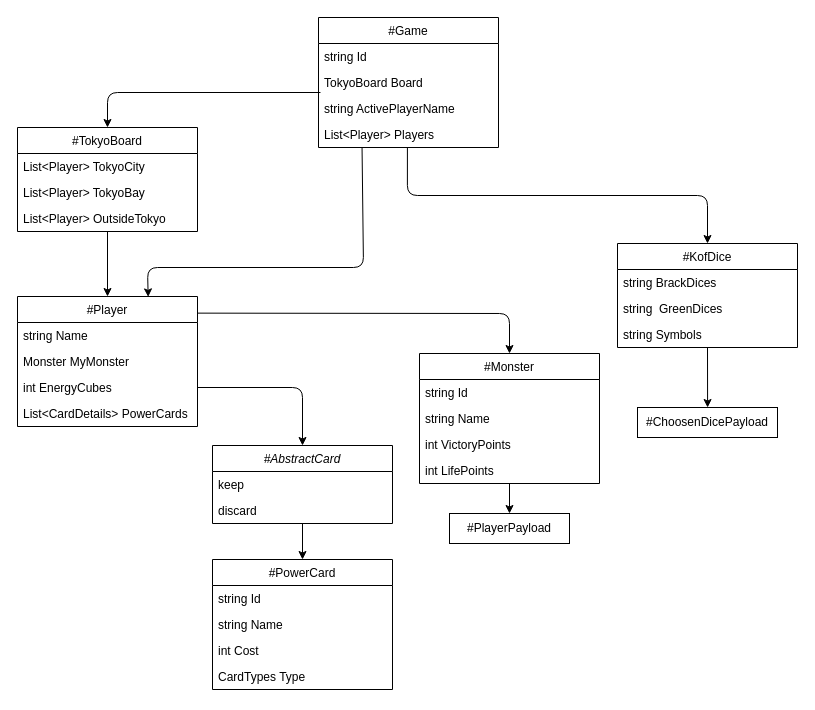
This is KOF/Game/ModelsElements.dio from fjprog102/latamat02, a draw.io file, before an edit. Source tidied: cells renumbered, new cells numbered last; positions are measured from the earlier drawing's top-left corner, leaving out a move shared by most shapes. Both pictures are drawn from the tidied source at 100%, with x=0, y=0 at pixel (17, 17).
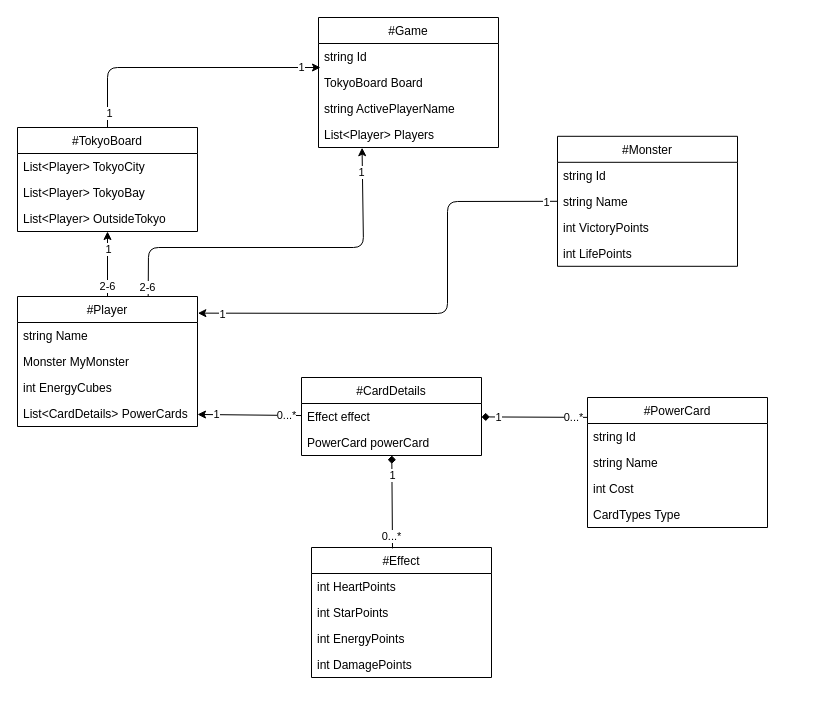
Above is the later version.

Commit message (it also covers changes not shown here):
Added changes to ModelsPayload diagram to add assiciate classes

Unchanged cells that the change refers to:
```xml
<mxCell id="2" value="#Player" style="swimlane;fontStyle=0;horizontal=1;startSize=26;fillColor=none;" parent="1" vertex="1">
  <mxGeometry y="279" width="180" height="130" as="geometry" />
</mxCell>
<mxCell id="5" value="int EnergyCubes" style="text;strokeColor=none;fillColor=none;align=left;verticalAlign=top;spacingLeft=4;spacingRight=4;overflow=hidden;points=[[0,0.5],[1,0.5]];portConstraint=eastwest;" parent="2" vertex="1">
  <mxGeometry y="78" width="180" height="26" as="geometry" />
</mxCell>
<mxCell id="6" value="List&lt;CardDetails&gt; PowerCards" style="text;strokeColor=none;fillColor=none;align=left;verticalAlign=top;spacingLeft=4;spacingRight=4;overflow=hidden;points=[[0,0.5],[1,0.5]];portConstraint=eastwest;" parent="2" vertex="1">
  <mxGeometry y="104" width="180" height="26" as="geometry" />
</mxCell>
<mxCell id="10" value="string ActivePlayerName" style="text;strokeColor=none;fillColor=none;align=left;verticalAlign=top;spacingLeft=4;spacingRight=4;overflow=hidden;points=[[0,0.5],[1,0.5]];portConstraint=eastwest;" parent="7" vertex="1">
  <mxGeometry y="78" width="180" height="26" as="geometry" />
</mxCell>
<mxCell id="11" value="List&lt;Player&gt; Players" style="text;strokeColor=none;fillColor=none;align=left;verticalAlign=top;spacingLeft=4;spacingRight=4;overflow=hidden;points=[[0,0.5],[1,0.5]];portConstraint=eastwest;" parent="7" vertex="1">
  <mxGeometry y="104" width="180" height="26" as="geometry" />
</mxCell>
<mxCell id="15" value="string Name" style="text;strokeColor=none;fillColor=none;align=left;verticalAlign=top;spacingLeft=4;spacingRight=4;overflow=hidden;points=[[0,0.5],[1,0.5]];portConstraint=eastwest;" parent="13" vertex="1">
  <mxGeometry y="52" width="180" height="26" as="geometry" />
</mxCell>
<mxCell id="24" value="#TokyoBoard" style="swimlane;fontStyle=0;horizontal=1;startSize=26;fillColor=none;" parent="1" vertex="1">
  <mxGeometry y="110" width="180" height="104" as="geometry" />
</mxCell>
```

What changed in the source:
```diff
@@
-    <mxCell id="12" style="edgeStyle=none;html=1;entryX=0.5;entryY=0;entryDx=0;entryDy=0;" parent="1" edge="1" source="13" target="39">
-      <mxGeometry relative="1" as="geometry" />
-    </mxCell>
     <mxCell id="13" value="#Monster" style="swimlane;fontStyle=0;horizontal=1;startSize=26;fillColor=none;" parent="1" vertex="1">
-      <mxGeometry x="402" y="336" width="180" height="130" as="geometry" />
+      <mxGeometry x="540" y="118.8" width="180" height="130" as="geometry" />
     </mxCell>
@@
-    <mxCell id="18" style="edgeStyle=orthogonalEdgeStyle;html=1;" parent="1" edge="1" source="19" target="34">
-      <mxGeometry relative="1" as="geometry" />
-    </mxCell>
-    <mxCell id="19" value="#AbstractCard" style="swimlane;fontStyle=2;horizontal=1;startSize=26;fillColor=none;" parent="1" vertex="1">
-      <mxGeometry x="195" y="428" width="180" height="78" as="geometry" />
-    </mxCell>
-    <mxCell id="20" value="keep" style="text;strokeColor=none;fillColor=none;align=left;verticalAlign=top;spacingLeft=4;spacingRight=4;overflow=hidden;" parent="19" vertex="1">
-      <mxGeometry y="26" width="180" height="26" as="geometry" />
-    </mxCell>
-    <mxCell id="21" value="discard" style="text;strokeColor=none;fillColor=none;align=left;verticalAlign=top;spacingLeft=4;spacingRight=4;overflow=hidden;" parent="19" vertex="1">
-      <mxGeometry y="52" width="180" height="26" as="geometry" />
-    </mxCell>
-    <mxCell id="22" style="edgeStyle=none;html=1;entryX=0.5;entryY=0;entryDx=0;entryDy=0;" parent="1" edge="1" source="24" target="2">
+    <mxCell id="22" style="edgeStyle=none;html=1;entryX=0.5;entryY=0;entryDx=0;entryDy=0;startArrow=classic;startFill=1;endArrow=none;endFill=0;" parent="1" edge="1" source="24" target="2">
       <mxGeometry relative="1" as="geometry" />
     </mxCell>
+    <mxCell id="44" value="2-6" style="edgeLabel;html=1;align=center;verticalAlign=middle;" parent="22" vertex="1">
+      <mxGeometry x="0.67" y="-1" relative="1" as="geometry" />
+    </mxCell>
+    <mxCell id="45" value="1" style="edgeLabel;html=1;align=center;verticalAlign=middle;" parent="22" vertex="1">
+      <mxGeometry x="-0.49" relative="1" as="geometry" />
+    </mxCell>
-    <mxCell id="23" style="edgeStyle=orthogonalEdgeStyle;html=1;exitX=0.5;exitY=0;exitDx=0;exitDy=0;entryX=0.011;entryY=-0.115;entryDx=0;entryDy=0;entryPerimeter=0;startArrow=classic;startFill=1;endArrow=none;endFill=0;" parent="1" edge="1" source="24" target="10">
+    <mxCell id="23" style="edgeStyle=orthogonalEdgeStyle;html=1;exitX=0.5;exitY=0;exitDx=0;exitDy=0;startArrow=none;startFill=0;endArrow=classic;endFill=1;" parent="1" edge="1" source="24">
       <mxGeometry relative="1" as="geometry">
+        <mxPoint x="303" y="50" as="targetPoint" />
         <Array as="points">
-          <mxPoint x="90" y="75" />
+          <mxPoint x="90" y="50" />
+          <mxPoint x="303" y="50" />
         </Array>
       </mxGeometry>
     </mxCell>
+    <mxCell id="46" value="1" style="edgeLabel;html=1;align=center;verticalAlign=middle;" parent="23" vertex="1">
+      <mxGeometry x="0.85" y="1" relative="1" as="geometry" />
+    </mxCell>
+    <mxCell id="47" value="1" style="edgeLabel;html=1;align=center;verticalAlign=middle;" parent="23" vertex="1">
+      <mxGeometry x="-0.89" y="-1" relative="1" as="geometry" />
+    </mxCell>
@@
-    <mxCell id="28" style="edgeStyle=orthogonalEdgeStyle;shape=connector;rounded=1;html=1;exitX=0.5;exitY=0;exitDx=0;exitDy=0;entryX=0.494;entryY=1;entryDx=0;entryDy=0;entryPerimeter=0;labelBackgroundColor=default;fontFamily=Helvetica;fontSize=11;fontColor=default;startArrow=classic;startFill=1;endArrow=none;endFill=0;strokeColor=default;" parent="1" edge="1" source="30" target="11">
-      <mxGeometry relative="1" as="geometry" />
-    </mxCell>
-    <mxCell id="29" style="edgeStyle=none;html=1;exitX=0.5;exitY=1;exitDx=0;exitDy=0;" parent="1" edge="1" source="30">
-      <mxGeometry relative="1" as="geometry">
-        <mxPoint x="690.1" y="390" as="targetPoint" />
-      </mxGeometry>
-    </mxCell>
-    <mxCell id="30" value="#KofDice" style="swimlane;fontStyle=0;horizontal=1;startSize=26;fillColor=none;" parent="1" vertex="1">
-      <mxGeometry x="600" y="226" width="180" height="104" as="geometry" />
-    </mxCell>
-    <mxCell id="31" value="string BrackDices" style="text;strokeColor=none;fillColor=none;align=left;verticalAlign=top;spacingLeft=4;spacingRight=4;overflow=hidden;" parent="30" vertex="1">
-      <mxGeometry y="26" width="180" height="26" as="geometry" />
-    </mxCell>
-    <mxCell id="32" value="string  GreenDices" style="text;strokeColor=none;fillColor=none;align=left;verticalAlign=top;spacingLeft=4;spacingRight=4;overflow=hidden;" parent="30" vertex="1">
-      <mxGeometry y="52" width="180" height="26" as="geometry" />
-    </mxCell>
-    <mxCell id="33" value="string Symbols" style="text;strokeColor=none;fillColor=none;align=left;verticalAlign=top;spacingLeft=4;spacingRight=4;overflow=hidden;" parent="30" vertex="1">
-      <mxGeometry y="78" width="180" height="26" as="geometry" />
-    </mxCell>
+    <mxCell id="48" style="edgeStyle=none;html=1;startArrow=none;startFill=0;endArrow=diamond;endFill=1;exitX=0.002;exitY=0.153;exitDx=0;exitDy=0;exitPerimeter=0;" parent="1" edge="1" source="34" target="61">
+      <mxGeometry relative="1" as="geometry" />
+    </mxCell>
+    <mxCell id="49" value="1" style="edgeLabel;html=1;align=center;verticalAlign=middle;" parent="48" vertex="1">
+      <mxGeometry x="0.67" y="1" relative="1" as="geometry">
+        <mxPoint x="-1" y="-1" as="offset" />
+      </mxGeometry>
+    </mxCell>
+    <mxCell id="50" value="0...*" style="edgeLabel;html=1;align=center;verticalAlign=middle;" parent="48" vertex="1">
+      <mxGeometry x="-0.75" y="1" relative="1" as="geometry">
+        <mxPoint x="-2" y="-1" as="offset" />
+      </mxGeometry>
+    </mxCell>
     <mxCell id="34" value="#PowerCard" style="swimlane;fontStyle=0;horizontal=1;startSize=26;fillColor=none;" parent="1" vertex="1">
-      <mxGeometry x="195" y="542" width="180" height="130" as="geometry" />
+      <mxGeometry x="570" y="380" width="180" height="130" as="geometry" />
     </mxCell>
@@
-    <mxCell id="39" value="#PlayerPayload" style="rounded=0;whiteSpace=wrap;html=1;" parent="1" vertex="1">
-      <mxGeometry x="432" y="496" width="120" height="30" as="geometry" />
-    </mxCell>
-    <mxCell id="40" value="#ChoosenDicePayload" style="rounded=0;whiteSpace=wrap;html=1;" parent="1" vertex="1">
-      <mxGeometry x="620" y="390" width="140" height="30" as="geometry" />
-    </mxCell>
-    <mxCell id="41" style="edgeStyle=none;html=1;exitX=1.002;exitY=0.128;exitDx=0;exitDy=0;entryX=0.5;entryY=0;entryDx=0;entryDy=0;exitPerimeter=0;" parent="1" edge="1" source="2" target="13">
+    <mxCell id="41" style="edgeStyle=none;html=1;exitX=1.002;exitY=0.128;exitDx=0;exitDy=0;entryX=0;entryY=0.5;entryDx=0;entryDy=0;exitPerimeter=0;startArrow=classic;startFill=1;endArrow=none;endFill=0;" parent="1" edge="1" source="2" target="15">
       <mxGeometry relative="1" as="geometry">
         <Array as="points">
-          <mxPoint x="492" y="296" />
+          <mxPoint x="430" y="296" />
+          <mxPoint x="430" y="184" />
         </Array>
       </mxGeometry>
     </mxCell>
-    <mxCell id="42" style="edgeStyle=none;html=1;exitX=1;exitY=0.5;exitDx=0;exitDy=0;entryX=0.5;entryY=0;entryDx=0;entryDy=0;" parent="1" edge="1" source="5" target="19">
-      <mxGeometry relative="1" as="geometry">
-        <Array as="points">
-          <mxPoint x="285" y="370" />
-        </Array>
-      </mxGeometry>
-    </mxCell>
+    <mxCell id="51" value="1" style="edgeLabel;html=1;align=center;verticalAlign=middle;" parent="41" vertex="1">
+      <mxGeometry x="-0.9" y="-1" relative="1" as="geometry" />
+    </mxCell>
+    <mxCell id="52" value="1" style="edgeLabel;html=1;align=center;verticalAlign=middle;" parent="41" vertex="1">
+      <mxGeometry x="0.95" y="-1" relative="1" as="geometry" />
+    </mxCell>
-    <mxCell id="43" style="edgeStyle=none;html=1;exitX=0.242;exitY=1.008;exitDx=0;exitDy=0;exitPerimeter=0;entryX=0.726;entryY=0.003;entryDx=0;entryDy=0;entryPerimeter=0;" parent="1" edge="1" source="11" target="2">
+    <mxCell id="43" style="edgeStyle=none;html=1;exitX=0.242;exitY=1.008;exitDx=0;exitDy=0;exitPerimeter=0;entryX=0.726;entryY=0.003;entryDx=0;entryDy=0;entryPerimeter=0;startArrow=classic;startFill=1;endArrow=none;endFill=0;" parent="1" edge="1" source="11" target="2">
       <mxGeometry relative="1" as="geometry">
         <Array as="points">
-          <mxPoint x="346" y="250" />
-          <mxPoint x="130" y="250" />
+          <mxPoint x="346" y="230" />
+          <mxPoint x="131" y="230" />
         </Array>
       </mxGeometry>
     </mxCell>
+    <mxCell id="53" value="1" style="edgeLabel;html=1;align=center;verticalAlign=middle;" parent="43" vertex="1">
+      <mxGeometry x="-0.87" y="-1" relative="1" as="geometry" />
+    </mxCell>
+    <mxCell id="54" value="2-6" style="edgeLabel;html=1;align=center;verticalAlign=middle;" parent="43" vertex="1">
+      <mxGeometry x="0.91" y="2" relative="1" as="geometry">
+        <mxPoint x="-3" y="6" as="offset" />
+      </mxGeometry>
+    </mxCell>
+    <mxCell id="55" style="edgeStyle=none;html=1;startArrow=diamond;startFill=1;endArrow=none;endFill=0;entryX=0.45;entryY=0.007;entryDx=0;entryDy=0;entryPerimeter=0;strokeWidth=1;" parent="1" edge="1" source="61" target="64">
+      <mxGeometry relative="1" as="geometry" />
+    </mxCell>
+    <mxCell id="56" value="1" style="edgeLabel;html=1;align=center;verticalAlign=middle;" parent="55" vertex="1">
+      <mxGeometry x="-0.48" y="3" relative="1" as="geometry">
+        <mxPoint x="-3" y="-4" as="offset" />
+      </mxGeometry>
+    </mxCell>
+    <mxCell id="57" value="0...*" style="edgeLabel;html=1;align=center;verticalAlign=middle;" parent="55" vertex="1">
+      <mxGeometry x="0.73" y="-1" relative="1" as="geometry" />
+    </mxCell>
+    <mxCell id="58" style="edgeStyle=none;html=1;startArrow=none;startFill=0;endArrow=classic;endFill=1;" parent="1" edge="1" source="61" target="6">
+      <mxGeometry relative="1" as="geometry" />
+    </mxCell>
+    <mxCell id="59" value="1" style="edgeLabel;html=1;align=center;verticalAlign=middle;" parent="58" vertex="1">
+      <mxGeometry x="0.65" y="-1" relative="1" as="geometry" />
+    </mxCell>
+    <mxCell id="60" value="0...*" style="edgeLabel;html=1;align=center;verticalAlign=middle;" parent="58" vertex="1">
+      <mxGeometry x="-0.69" relative="1" as="geometry" />
+    </mxCell>
+    <mxCell id="61" value="#CardDetails" style="swimlane;fontStyle=0;horizontal=1;startSize=26;fillColor=none;" parent="1" vertex="1">
+      <mxGeometry x="284" y="360" width="180" height="78" as="geometry" />
+    </mxCell>
+    <mxCell id="62" value="Effect effect    " style="text;strokeColor=none;fillColor=none;align=left;verticalAlign=top;spacingLeft=4;spacingRight=4;overflow=hidden;" parent="61" vertex="1">
+      <mxGeometry y="26" width="180" height="26" as="geometry" />
+    </mxCell>
+    <mxCell id="63" value="PowerCard powerCard" style="text;strokeColor=none;fillColor=none;align=left;verticalAlign=top;spacingLeft=4;spacingRight=4;overflow=hidden;" parent="61" vertex="1">
+      <mxGeometry y="52" width="180" height="26" as="geometry" />
+    </mxCell>
+    <mxCell id="64" value="#Effect" style="swimlane;fontStyle=0;horizontal=1;startSize=26;fillColor=none;" parent="1" vertex="1">
+      <mxGeometry x="294" y="530" width="180" height="130" as="geometry" />
+    </mxCell>
+    <mxCell id="65" value="int HeartPoints" style="text;strokeColor=none;fillColor=none;align=left;verticalAlign=top;spacingLeft=4;spacingRight=4;overflow=hidden;" parent="64" vertex="1">
+      <mxGeometry y="26" width="180" height="26" as="geometry" />
+    </mxCell>
+    <mxCell id="66" value="int StarPoints" style="text;strokeColor=none;fillColor=none;align=left;verticalAlign=top;spacingLeft=4;spacingRight=4;overflow=hidden;" parent="64" vertex="1">
+      <mxGeometry y="52" width="180" height="26" as="geometry" />
+    </mxCell>
+    <mxCell id="67" value="int EnergyPoints" style="text;strokeColor=none;fillColor=none;align=left;verticalAlign=top;spacingLeft=4;spacingRight=4;overflow=hidden;" parent="64" vertex="1">
+      <mxGeometry y="78" width="180" height="26" as="geometry" />
+    </mxCell>
+    <mxCell id="68" value="int DamagePoints" style="text;strokeColor=none;fillColor=none;align=left;verticalAlign=top;spacingLeft=4;spacingRight=4;overflow=hidden;" parent="64" vertex="1">
+      <mxGeometry y="104" width="180" height="26" as="geometry" />
+    </mxCell>
```
